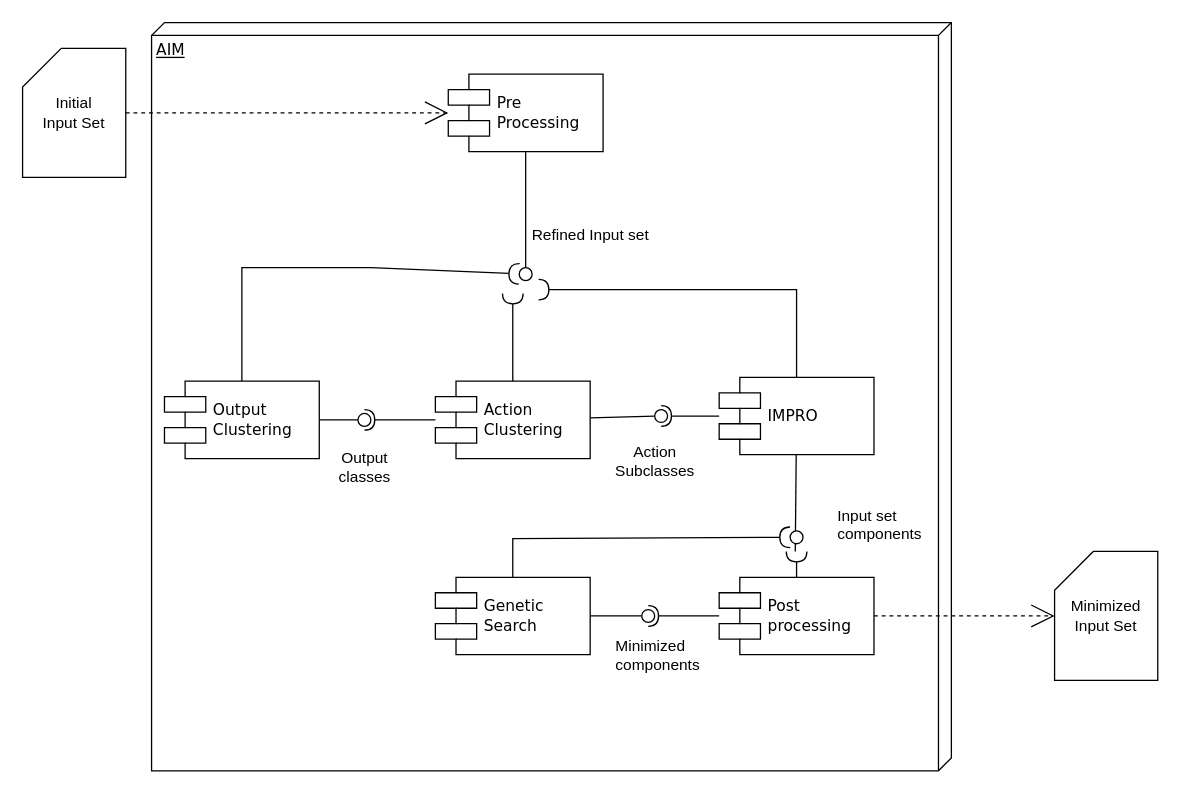
Earlier version of the draw.io diagram test_set_minimization.drawio (MetamorphicSecurityTesting/Diagrams). Source tidied: cells renumbered, new cells numbered last; positions are measured from the earlier drawing's top-left corner, leaving out a move shared by most shapes. Both pictures are drawn from the tidied source at 129%, with x=0, y=0 at pixel (22, 22).
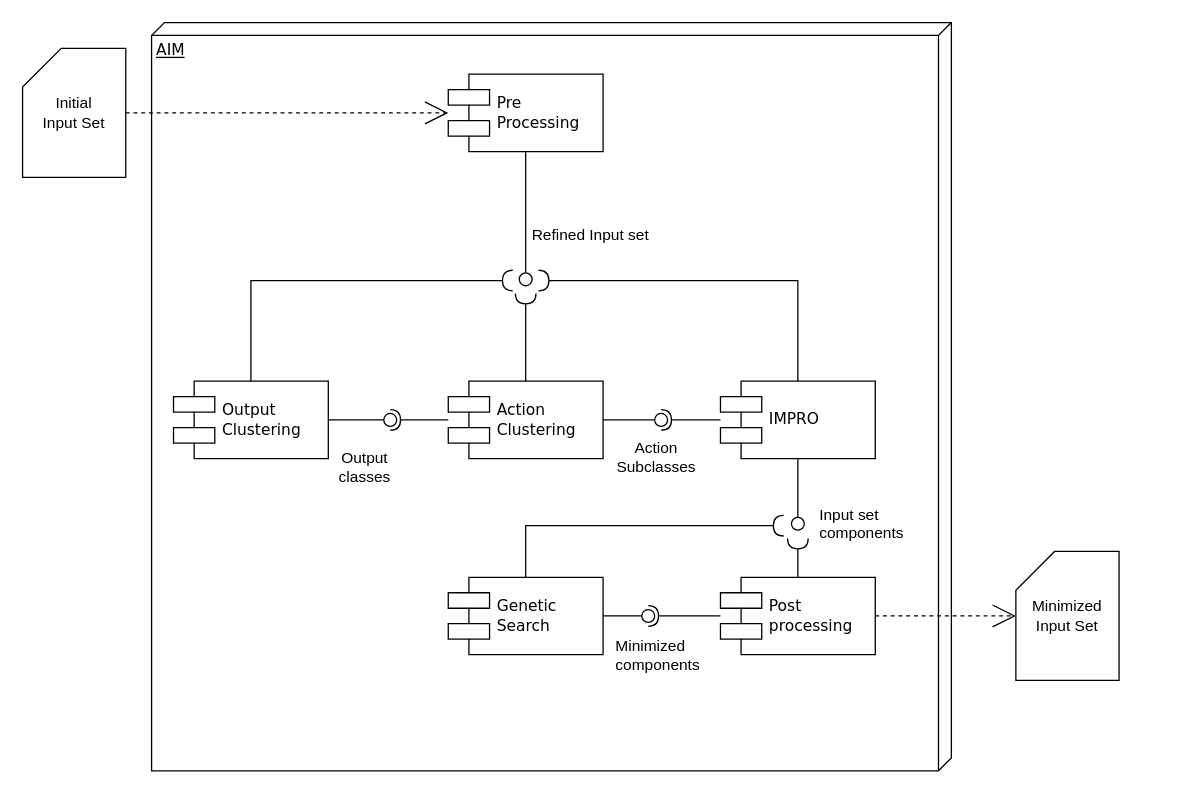
The same page after the edit.

Commit message:
adjust the lines and clean the diagram

The edit, as a diff of the source:
```diff
@@
     <mxCell id="6" value="&lt;div&gt;Action&lt;/div&gt;&lt;div&gt;Clustering&lt;br&gt;&lt;/div&gt;" style="shape=component;align=left;spacingLeft=36;rounded=0;shadow=0;comic=0;labelBackgroundColor=none;strokeWidth=1;fontFamily=Verdana;fontSize=12;html=1;" parent="1" vertex="1">
-      <mxGeometry x="320" y="278" width="120" height="60" as="geometry" />
+      <mxGeometry x="330" y="278" width="120" height="60" as="geometry" />
     </mxCell>
     <mxCell id="7" value="IMPRO" style="shape=component;align=left;spacingLeft=36;rounded=0;shadow=0;comic=0;labelBackgroundColor=none;strokeWidth=1;fontFamily=Verdana;fontSize=12;html=1;" parent="1" vertex="1">
-      <mxGeometry x="540" y="275" width="120" height="60" as="geometry" />
+      <mxGeometry x="541" y="278" width="120" height="60" as="geometry" />
     </mxCell>
@@
     <mxCell id="10" style="ellipse;whiteSpace=wrap;html=1;align=center;points=[];outlineConnect=0;sketch=0;" parent="1" vertex="1">
-      <mxGeometry x="490" y="300" width="10" height="10" as="geometry" />
+      <mxGeometry x="490" y="303" width="10" height="10" as="geometry" />
     </mxCell>
     <mxCell id="11" value="&lt;div&gt;Input set components&lt;/div&gt;" style="text;whiteSpace=wrap;html=1;" parent="1" vertex="1">
-      <mxGeometry x="630" y="369" width="90" height="50" as="geometry" />
+      <mxGeometry x="616" y="368" width="90" height="50" as="geometry" />
     </mxCell>
     <mxCell id="12" value="&lt;div&gt;Genetic&lt;/div&gt;&lt;div&gt;Search&lt;br&gt;&lt;/div&gt;" style="shape=component;align=left;spacingLeft=36;rounded=0;shadow=0;comic=0;labelBackgroundColor=none;strokeWidth=1;fontFamily=Verdana;fontSize=12;html=1;" parent="1" vertex="1">
-      <mxGeometry x="320" y="430" width="120" height="60" as="geometry" />
+      <mxGeometry x="330" y="430" width="120" height="60" as="geometry" />
     </mxCell>
-    <mxCell id="13" style="rounded=0;jettySize=auto;html=1;endArrow=none;endFill=0;sketch=0;sourcePerimeterSpacing=0;targetPerimeterSpacing=0;" parent="1" edge="1" source="7">
+    <mxCell id="13" style="rounded=0;jettySize=auto;html=1;endArrow=none;endFill=0;sketch=0;sourcePerimeterSpacing=0;targetPerimeterSpacing=0;" parent="1" edge="1" target="15">
       <mxGeometry relative="1" as="geometry">
-        <mxPoint x="599" y="410" as="targetPoint" />
+        <mxPoint x="601" y="338" as="sourcePoint" />
       </mxGeometry>
     </mxCell>
-    <mxCell id="14" style="rounded=0;jettySize=auto;html=1;endArrow=halfCircle;endFill=0;endSize=6;strokeWidth=1;sketch=0;" parent="1" edge="1" source="12" target="15">
+    <mxCell id="14" style="rounded=0;jettySize=auto;html=1;endArrow=halfCircle;endFill=0;endSize=6;strokeWidth=1;sketch=0;" parent="1" edge="1" source="12">
       <mxGeometry relative="1" as="geometry">
+        <mxPoint x="590" y="390" as="targetPoint" />
         <Array as="points">
-          <mxPoint x="380" y="400" />
+          <mxPoint x="390" y="390" />
+          <mxPoint x="480" y="390" />
         </Array>
       </mxGeometry>
     </mxCell>
     <mxCell id="15" style="ellipse;whiteSpace=wrap;html=1;align=center;points=[];outlineConnect=0;sketch=0;" parent="1" vertex="1">
-      <mxGeometry x="595" y="394" width="10" height="10" as="geometry" />
+      <mxGeometry x="596" y="383.5" width="10" height="10" as="geometry" />
     </mxCell>
@@
     <mxCell id="17" value="&lt;div&gt;Minimized&lt;/div&gt;&lt;div&gt;Input Set&lt;br&gt;&lt;/div&gt;" style="shape=card;whiteSpace=wrap;html=1;" parent="1" vertex="1">
-      <mxGeometry x="800" y="410" width="80" height="100" as="geometry" />
+      <mxGeometry x="770" y="410" width="80" height="100" as="geometry" />
     </mxCell>
     <mxCell id="18" value="&lt;div&gt;Output&lt;/div&gt;&lt;div&gt;Clustering&lt;br&gt;&lt;/div&gt;" style="shape=component;align=left;spacingLeft=36;rounded=0;shadow=0;comic=0;labelBackgroundColor=none;strokeWidth=1;fontFamily=Verdana;fontSize=12;html=1;" parent="1" vertex="1">
-      <mxGeometry x="110" y="278" width="120" height="60" as="geometry" />
+      <mxGeometry x="117" y="278" width="120" height="60" as="geometry" />
     </mxCell>
@@
     <mxCell id="21" style="ellipse;whiteSpace=wrap;html=1;align=center;points=[];outlineConnect=0;sketch=0;" parent="1" vertex="1">
-      <mxGeometry x="260" y="303" width="10" height="10" as="geometry" />
+      <mxGeometry x="280" y="303" width="10" height="10" as="geometry" />
     </mxCell>
@@
     <mxCell id="24" style="rounded=0;jettySize=auto;html=1;endArrow=halfCircle;endFill=0;endSize=6;strokeWidth=1;sketch=0;" parent="1" edge="1" source="6">
       <mxGeometry relative="1" as="geometry">
-        <mxPoint x="380" y="210" as="targetPoint" />
+        <mxPoint x="390" y="210" as="targetPoint" />
       </mxGeometry>
     </mxCell>
     <mxCell id="25" style="ellipse;whiteSpace=wrap;html=1;align=center;points=[];outlineConnect=0;sketch=0;" parent="1" vertex="1">
-      <mxGeometry x="385" y="190" width="10" height="10" as="geometry" />
+      <mxGeometry x="385" y="194" width="10" height="10" as="geometry" />
     </mxCell>
-    <mxCell id="26" style="rounded=0;jettySize=auto;html=1;endArrow=halfCircle;endFill=0;endSize=6;strokeWidth=1;sketch=0;" parent="1" edge="1" source="18" target="25">
+    <mxCell id="26" style="rounded=0;jettySize=auto;html=1;endArrow=halfCircle;endFill=0;endSize=6;strokeWidth=1;sketch=0;" parent="1" edge="1" source="18">
       <mxGeometry relative="1" as="geometry">
+        <mxPoint x="380" y="200" as="targetPoint" />
         <Array as="points">
-          <mxPoint x="170" y="190" />
-          <mxPoint x="270" y="190" />
+          <mxPoint x="177" y="200" />
+          <mxPoint x="280" y="200" />
         </Array>
       </mxGeometry>
     </mxCell>
     <mxCell id="27" style="rounded=0;jettySize=auto;html=1;endArrow=halfCircle;endFill=0;endSize=6;strokeWidth=1;sketch=0;" parent="1" edge="1" source="7">
       <mxGeometry relative="1" as="geometry">
-        <mxPoint x="400" y="207" as="targetPoint" />
+        <mxPoint x="400" y="200" as="targetPoint" />
         <Array as="points">
-          <mxPoint x="600" y="207" />
+          <mxPoint x="601" y="200" />
         </Array>
       </mxGeometry>
     </mxCell>
@@
     <mxCell id="29" value="Action&lt;br&gt;Subclasses" style="text;html=1;align=center;verticalAlign=middle;strokeColor=none;fillColor=none;" parent="1" vertex="1">
-      <mxGeometry x="450" y="320" width="80" height="40" as="geometry" />
+      <mxGeometry x="451" y="317" width="80" height="40" as="geometry" />
     </mxCell>
     <mxCell id="30" value="&lt;div&gt;Post&lt;br&gt;processing&lt;/div&gt;" style="shape=component;align=left;spacingLeft=36;rounded=0;shadow=0;comic=0;labelBackgroundColor=none;strokeWidth=1;fontFamily=Verdana;fontSize=12;html=1;" parent="1" vertex="1">
-      <mxGeometry x="540" y="430" width="120" height="60" as="geometry" />
+      <mxGeometry x="541" y="430" width="120" height="60" as="geometry" />
     </mxCell>
     <mxCell id="31" style="rounded=0;jettySize=auto;html=1;endArrow=halfCircle;endFill=0;endSize=6;strokeWidth=1;sketch=0;" parent="1" edge="1" source="30">
       <mxGeometry relative="1" as="geometry">
-        <mxPoint x="600" y="410" as="targetPoint" />
+        <mxPoint x="601" y="400" as="targetPoint" />
       </mxGeometry>
     </mxCell>
```
